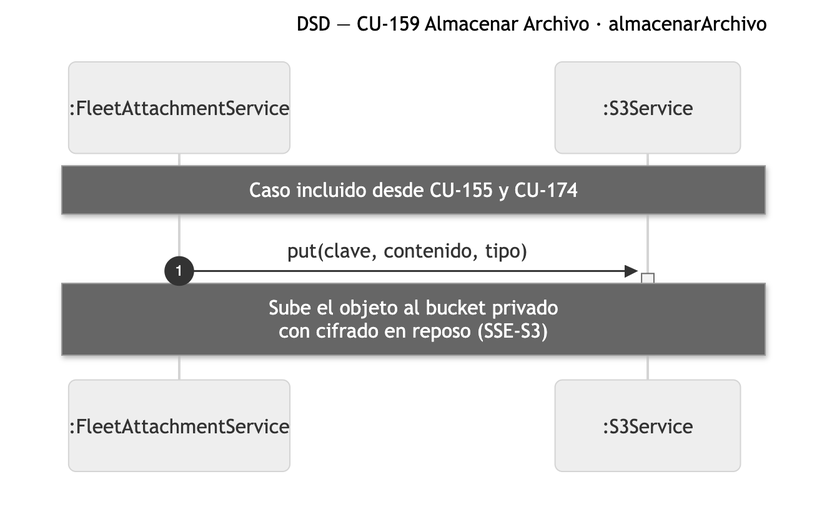
Nahuelito-Dev/splg-docs keeps this Mermaid diagram as diagramas/png/DSD_CU-159_almacenarArchivo.png. Above is the earlier version. Its source is kept beside it as diagramas/DSD_CU-159_almacenarArchivo.mmd.
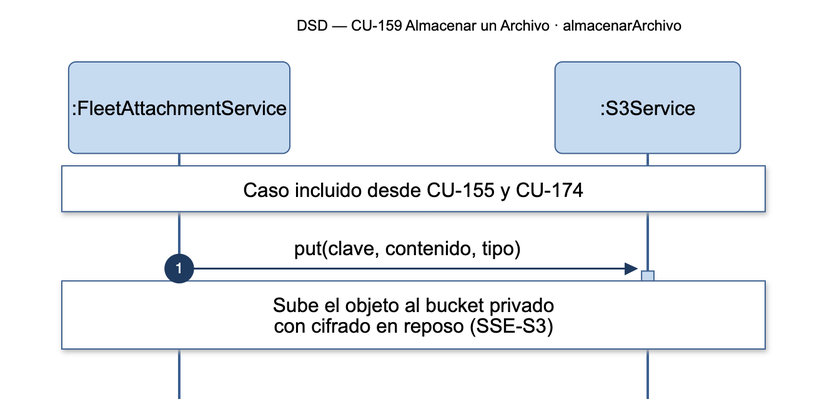
The same diagram one commit later.

Diff of the diagram source:
```diff
@@ -1,6 +1,6 @@
 %%{init: {"sequence": {"actorMargin": 190}}}%%
 sequenceDiagram
-    title DSD — CU-159 Almacenar Archivo · almacenarArchivo
+    title DSD — CU-159 Almacenar un Archivo · almacenarArchivo
     autonumber
     participant SRV as :FleetAttachmentService
     participant S3 as :S3Service
```
